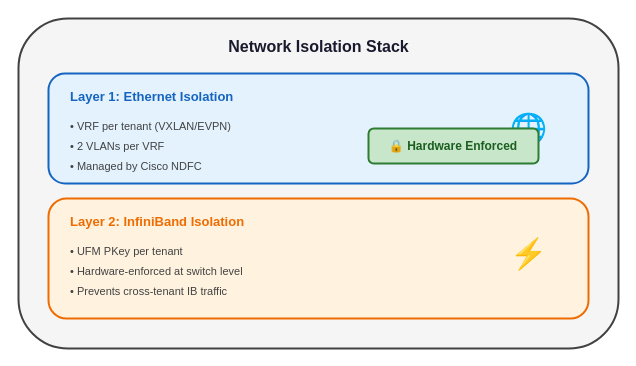
The draw.io diagram docs/diagrams/network-isolation-stack.drawio in aamir939/Documentation, before the edit. Source tidied: cells renumbered, new cells numbered last; positions are measured from the earlier drawing's top-left corner, leaving out a move shared by most shapes. Both pictures are drawn from the tidied source at 100%, with x=0, y=0 at pixel (18, 18).
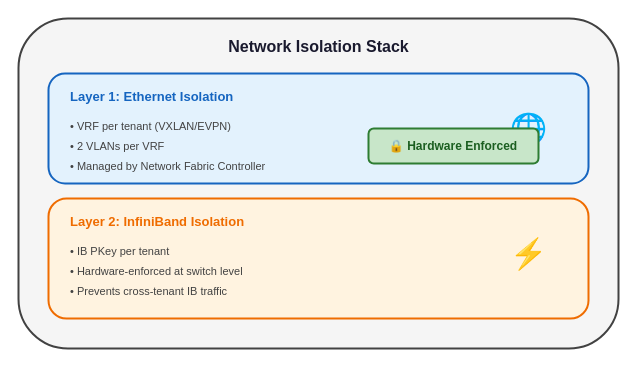
The same diagram, later.

What changed in the source:
```diff
@@
 <mxGraphModel>
   <root>
     <mxCell id="0" />
     <mxCell id="1" parent="0" />
     <mxCell id="2" style="rounded=1;whiteSpace=wrap;html=1;fillColor=#f5f5f5;strokeColor=#424242;strokeWidth=2;" parent="1" vertex="1">
       <mxGeometry width="600" height="330" as="geometry" />
     </mxCell>
     <mxCell id="3" value="Network Isolation Stack" style="text;html=1;strokeColor=none;fillColor=none;align=center;verticalAlign=middle;fontStyle=1;fontSize=16;fontColor=#1a1a2e;" parent="1" vertex="1">
       <mxGeometry x="175" y="15" width="250" height="25" as="geometry" />
     </mxCell>
     <mxCell id="4" style="rounded=1;whiteSpace=wrap;html=1;fillColor=#e3f2fd;strokeColor=#1565c0;strokeWidth=2;" parent="1" vertex="1">
       <mxGeometry x="30" y="55" width="540" height="110" as="geometry" />
     </mxCell>
     <mxCell id="5" value="Layer 1: Ethernet Isolation" style="text;html=1;strokeColor=none;fillColor=none;align=left;verticalAlign=middle;fontStyle=1;fontSize=13;fontColor=#1565c0;" parent="1" vertex="1">
       <mxGeometry x="50" y="65" width="250" height="25" as="geometry" />
     </mxCell>
     <mxCell id="6" value="• VRF per tenant (VXLAN/EVPN)" style="text;html=1;strokeColor=none;fillColor=none;align=left;fontSize=11;fontColor=#424242;" parent="1" vertex="1">
       <mxGeometry x="50" y="95" width="220" height="20" as="geometry" />
     </mxCell>
     <mxCell id="7" value="• 2 VLANs per VRF" style="text;html=1;strokeColor=none;fillColor=none;align=left;fontSize=11;fontColor=#424242;" parent="1" vertex="1">
       <mxGeometry x="50" y="115" width="180" height="20" as="geometry" />
     </mxCell>
-    <mxCell id="8" value="• Managed by Cisco NDFC" style="text;html=1;strokeColor=none;fillColor=none;align=left;fontSize=11;fontColor=#424242;" parent="1" vertex="1">
+    <mxCell id="8" value="• Managed by Network Fabric Controller" style="text;html=1;strokeColor=none;fillColor=none;align=left;fontSize=11;fontColor=#424242;" parent="1" vertex="1">
       <mxGeometry x="50" y="135" width="180" height="20" as="geometry" />
     </mxCell>
     <mxCell id="9" value="🌐" style="text;html=1;strokeColor=none;fillColor=none;align=center;verticalAlign=middle;fontSize=30;" parent="1" vertex="1">
       <mxGeometry x="480" y="85" width="60" height="50" as="geometry" />
     </mxCell>
     <mxCell id="10" style="rounded=1;whiteSpace=wrap;html=1;fillColor=#fff3e0;strokeColor=#ef6c00;strokeWidth=2;" parent="1" vertex="1">
       <mxGeometry x="30" y="180" width="540" height="120" as="geometry" />
     </mxCell>
     <mxCell id="11" value="Layer 2: InfiniBand Isolation" style="text;html=1;strokeColor=none;fillColor=none;align=left;verticalAlign=middle;fontStyle=1;fontSize=13;fontColor=#ef6c00;" parent="1" vertex="1">
       <mxGeometry x="50" y="190" width="250" height="25" as="geometry" />
     </mxCell>
-    <mxCell id="12" value="• UFM PKey per tenant" style="text;html=1;strokeColor=none;fillColor=none;align=left;fontSize=11;fontColor=#424242;" parent="1" vertex="1">
+    <mxCell id="12" value="• IB PKey per tenant" style="text;html=1;strokeColor=none;fillColor=none;align=left;fontSize=11;fontColor=#424242;" parent="1" vertex="1">
       <mxGeometry x="50" y="220" width="220" height="20" as="geometry" />
     </mxCell>
     <mxCell id="13" value="• Hardware-enforced at switch level" style="text;html=1;strokeColor=none;fillColor=none;align=left;fontSize=11;fontColor=#424242;" parent="1" vertex="1">
       <mxGeometry x="50" y="240" width="250" height="20" as="geometry" />
     </mxCell>
     <mxCell id="14" value="• Prevents cross-tenant IB traffic" style="text;html=1;strokeColor=none;fillColor=none;align=left;fontSize=11;fontColor=#424242;" parent="1" vertex="1">
       <mxGeometry x="50" y="260" width="250" height="20" as="geometry" />
     </mxCell>
     <mxCell id="15" value="⚡" style="text;html=1;strokeColor=none;fillColor=none;align=center;verticalAlign=middle;fontSize=30;" parent="1" vertex="1">
       <mxGeometry x="480" y="210" width="60" height="50" as="geometry" />
     </mxCell>
     <mxCell id="16" value="🔒 Hardware Enforced" style="rounded=1;whiteSpace=wrap;html=1;fillColor=#c8e6c9;strokeColor=#2e7d32;strokeWidth=2;fontSize=12;fontStyle=1;fontColor=#1b5e20;" parent="1" vertex="1">
       <mxGeometry x="350" y="110" width="170" height="35" as="geometry" />
     </mxCell>
   </root>
 </mxGraphModel>
```
